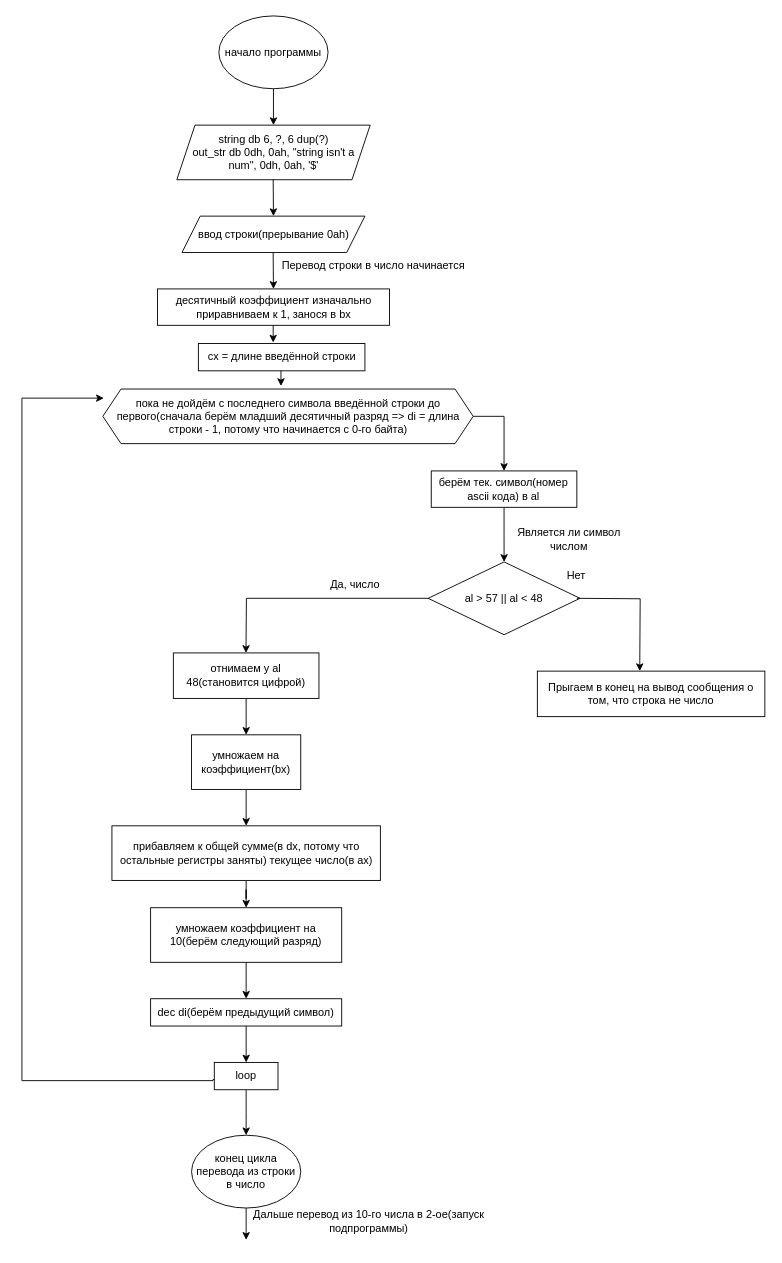
The draw.io diagram assembler_lab6.drawio in Macsik121/flowcharts, before the edit. Source tidied: cells renumbered, new cells numbered last; positions are measured from the earlier drawing's top-left corner, leaving out a move shared by most shapes. Both pictures are drawn from the tidied source at 91%, with x=0, y=0 at pixel (22, 15).
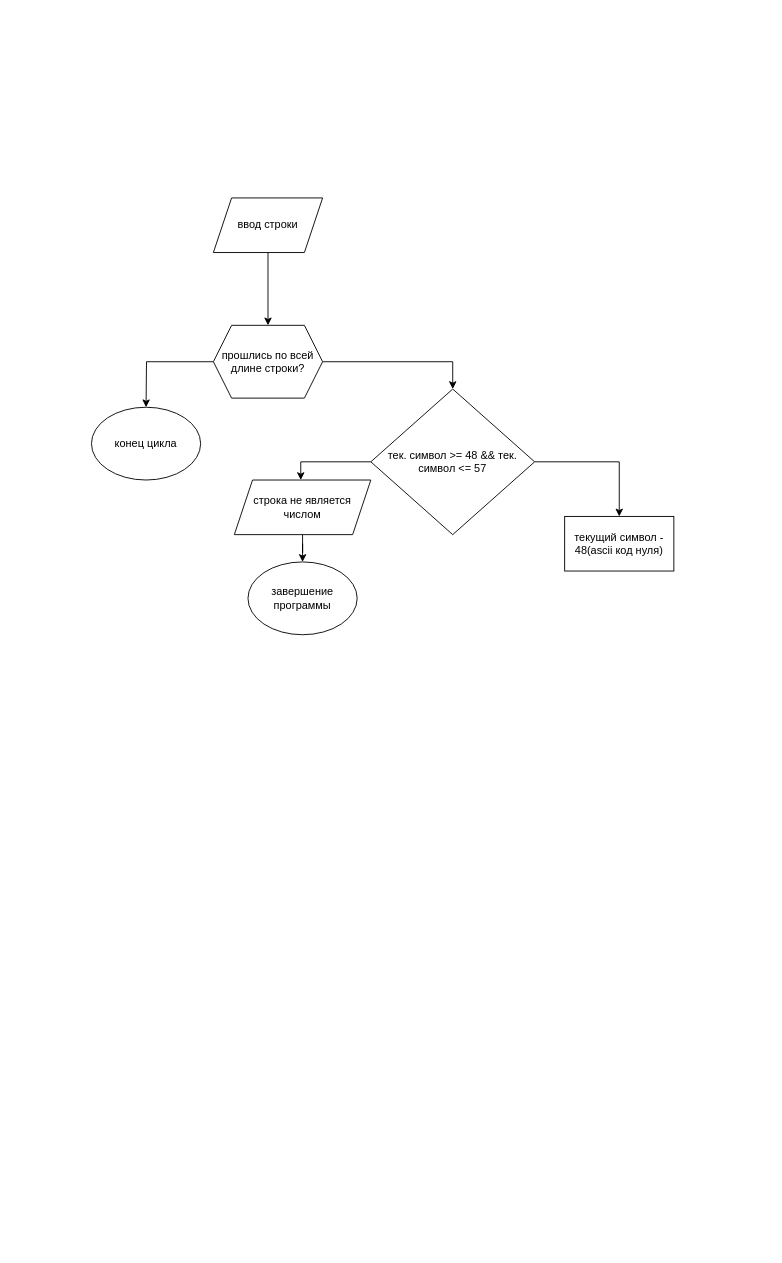
Above is the later version.

Commit message:
новая диаграмма

Change to the diagram source:
```diff
@@
-    <mxCell id="2" value="&lt;div&gt;начало программы&lt;/div&gt;" style="ellipse;whiteSpace=wrap;html=1;" parent="1" vertex="1">
-      <mxGeometry x="216" width="120" height="80" as="geometry" />
-    </mxCell>
-    <mxCell id="3" style="endArrow=classic;html=1;rounded=0;" parent="1" edge="1">
-      <mxGeometry relative="1" as="geometry">
-        <mxPoint x="276" y="80" as="sourcePoint" />
-        <mxPoint x="276" y="120" as="targetPoint" />
-      </mxGeometry>
-    </mxCell>
-    <mxCell id="4" value="&lt;div&gt;string db 6, ?, 6 dup(?)&lt;/div&gt;&lt;div&gt;out_str db 0dh, 0ah, &quot;string isn't a num&quot;, 0dh, 0ah, '$'&lt;/div&gt;" style="shape=parallelogram;perimeter=parallelogramPerimeter;whiteSpace=wrap;html=1;fixedSize=1;" parent="1" vertex="1">
-      <mxGeometry x="169.8" y="120" width="212.5" height="60" as="geometry" />
-    </mxCell>
-    <mxCell id="5" style="endArrow=classic;html=1;rounded=0;" parent="1" edge="1">
-      <mxGeometry relative="1" as="geometry">
-        <mxPoint x="275.7" y="180" as="sourcePoint" />
-        <mxPoint x="276" y="220" as="targetPoint" />
-      </mxGeometry>
-    </mxCell>
-    <mxCell id="6" value="ввод строки(прерывание 0ah)" style="shape=parallelogram;perimeter=parallelogramPerimeter;whiteSpace=wrap;html=1;fixedSize=1;" parent="1" vertex="1">
-      <mxGeometry x="175.5" y="220" width="201" height="40" as="geometry" />
-    </mxCell>
-    <mxCell id="7" style="endArrow=classic;html=1;rounded=0;" parent="1" edge="1">
-      <mxGeometry relative="1" as="geometry">
-        <mxPoint x="275.7" y="260" as="sourcePoint" />
-        <mxPoint x="276" y="300" as="targetPoint" />
-      </mxGeometry>
-    </mxCell>
-    <mxCell id="8" value="Перевод строки в число начинается" style="text;html=1;align=center;verticalAlign=middle;whiteSpace=wrap;rounded=0;" parent="1" vertex="1">
-      <mxGeometry x="275.5" y="260" width="220" height="30" as="geometry" />
-    </mxCell>
-    <mxCell id="9" style="edgeStyle=orthogonalEdgeStyle;rounded=0;jettySize=auto;html=1;entryX=0.5;entryY=0;entryDx=0;entryDy=0;exitX=1;exitY=0.5;exitDx=0;exitDy=0;" parent="1" edge="1" source="10" target="12">
-      <mxGeometry relative="1" as="geometry">
-        <Array as="points">
-          <mxPoint x="529" y="440" />
-          <mxPoint x="529" y="500" />
-        </Array>
-      </mxGeometry>
-    </mxCell>
-    <mxCell id="10" value="пока не дойдём с последнего символа введённой строки до первого(сначала берём младший десятичный разряд =&amp;gt; di = длина строки - 1, потому что начинается с 0-го байта)" style="shape=hexagon;perimeter=hexagonPerimeter2;whiteSpace=wrap;html=1;fixedSize=1;" parent="1" vertex="1">
-      <mxGeometry x="88.5" y="410" width="407" height="60" as="geometry" />
-    </mxCell>
-    <mxCell id="11" style="edgeStyle=orthogonalEdgeStyle;rounded=0;jettySize=auto;html=1;entryX=0.5;entryY=0;entryDx=0;entryDy=0;" parent="1" edge="1" source="12" target="14">
-      <mxGeometry relative="1" as="geometry" />
-    </mxCell>
-    <mxCell id="12" value="берём тек. символ(номер ascii кода) в al" style="rounded=0;whiteSpace=wrap;html=1;" parent="1" vertex="1">
-      <mxGeometry x="449.4" y="500" width="160" height="40" as="geometry" />
-    </mxCell>
-    <mxCell id="13" style="edgeStyle=orthogonalEdgeStyle;rounded=0;jettySize=auto;html=1;" parent="1" edge="1" source="14">
-      <mxGeometry relative="1" as="geometry">
-        <mxPoint x="245.8" y="700" as="targetPoint" />
-      </mxGeometry>
-    </mxCell>
-    <mxCell id="14" value="al &amp;gt; 57 || al &amp;lt; 48" style="rhombus;whiteSpace=wrap;html=1;" parent="1" vertex="1">
-      <mxGeometry x="446" y="600" width="166.9" height="80" as="geometry" />
-    </mxCell>
-    <mxCell id="15" value="Является ли символ числом" style="text;html=1;align=center;verticalAlign=middle;whiteSpace=wrap;rounded=0;" parent="1" vertex="1">
-      <mxGeometry x="526" y="560" width="150" height="30" as="geometry" />
-    </mxCell>
-    <mxCell id="16" value="Нет" style="text;html=1;align=center;verticalAlign=middle;whiteSpace=wrap;rounded=0;" parent="1" vertex="1">
-      <mxGeometry x="579.4" y="600" width="60" height="30" as="geometry" />
-    </mxCell>
-    <mxCell id="17" value="Прыгаем в конец на вывод сообщения о том, что строка не число" style="rounded=0;whiteSpace=wrap;html=1;" parent="1" vertex="1">
-      <mxGeometry x="566" y="720" width="250" height="50" as="geometry" />
-    </mxCell>
-    <mxCell id="18" value="Да, число" style="text;html=1;align=center;verticalAlign=middle;whiteSpace=wrap;rounded=0;" parent="1" vertex="1">
-      <mxGeometry x="336" y="610" width="60" height="30" as="geometry" />
-    </mxCell>
-    <mxCell id="19" value="десятичный коэффициент изначально приравниваем к 1, занося в bx" style="rounded=0;whiteSpace=wrap;html=1;" parent="1" vertex="1">
-      <mxGeometry x="148.5" y="300" width="255" height="40" as="geometry" />
-    </mxCell>
-    <mxCell id="20" style="edgeStyle=orthogonalEdgeStyle;rounded=0;jettySize=auto;html=1;" parent="1" edge="1" source="21" target="23">
-      <mxGeometry relative="1" as="geometry" />
-    </mxCell>
-    <mxCell id="21" value="отнимаем у al 48(становится цифрой)" style="rounded=0;whiteSpace=wrap;html=1;" parent="1" vertex="1">
-      <mxGeometry x="166" y="700" width="160" height="50" as="geometry" />
-    </mxCell>
-    <mxCell id="22" style="edgeStyle=orthogonalEdgeStyle;rounded=0;jettySize=auto;html=1;" parent="1" edge="1" source="23" target="25">
-      <mxGeometry relative="1" as="geometry" />
-    </mxCell>
-    <mxCell id="23" value="умножаем на коэффициент(bx)" style="rounded=0;whiteSpace=wrap;html=1;" parent="1" vertex="1">
-      <mxGeometry x="186" y="790" width="120" height="60" as="geometry" />
-    </mxCell>
-    <mxCell id="24" style="edgeStyle=orthogonalEdgeStyle;rounded=0;jettySize=auto;html=1;" parent="1" edge="1" source="25" target="27">
-      <mxGeometry relative="1" as="geometry" />
-    </mxCell>
-    <mxCell id="25" value="прибавляем к общей сумме(в dx, потому что остальные регистры заняты) текущее число(в ax)" style="rounded=0;whiteSpace=wrap;html=1;" parent="1" vertex="1">
-      <mxGeometry x="98.5" y="890" width="295" height="60" as="geometry" />
-    </mxCell>
-    <mxCell id="26" style="edgeStyle=orthogonalEdgeStyle;rounded=0;jettySize=auto;html=1;" parent="1" edge="1" source="27" target="31">
-      <mxGeometry relative="1" as="geometry" />
-    </mxCell>
-    <mxCell id="27" value="умножаем коэффициент на 10(берём следующий разряд)" style="rounded=0;whiteSpace=wrap;html=1;" parent="1" vertex="1">
-      <mxGeometry x="141" y="980" width="210" height="60" as="geometry" />
-    </mxCell>
-    <mxCell id="28" style="edgeStyle=orthogonalEdgeStyle;rounded=0;orthogonalLoop=1;jettySize=auto;html=1;" parent="1" edge="1">
-      <mxGeometry relative="1" as="geometry">
-        <mxPoint x="609.4" y="640" as="sourcePoint" />
-        <mxPoint x="678.5" y="720" as="targetPoint" />
-      </mxGeometry>
-    </mxCell>
-    <mxCell id="29" style="edgeStyle=orthogonalEdgeStyle;rounded=0;orthogonalLoop=1;jettySize=auto;html=1;exitX=0.02;exitY=0.626;exitDx=0;exitDy=0;exitPerimeter=0;" parent="1" edge="1">
-      <mxGeometry relative="1" as="geometry">
-        <mxPoint x="216" y="1168.8" as="sourcePoint" />
-        <mxPoint x="89.6" y="420" as="targetPoint" />
-        <Array as="points">
-          <mxPoint x="209.6" y="1169" />
-          <mxPoint x="-0.4" y="1170" />
-          <mxPoint x="-0.4" y="420" />
-        </Array>
-      </mxGeometry>
-    </mxCell>
-    <mxCell id="30" style="edgeStyle=orthogonalEdgeStyle;rounded=0;jettySize=auto;html=1;" parent="1" edge="1" source="31" target="33">
-      <mxGeometry relative="1" as="geometry" />
-    </mxCell>
-    <mxCell id="31" value="dec di(берём предыдущий символ)" style="rounded=0;whiteSpace=wrap;html=1;" parent="1" vertex="1">
-      <mxGeometry x="141" y="1080" width="210" height="30" as="geometry" />
-    </mxCell>
-    <mxCell id="32" style="edgeStyle=orthogonalEdgeStyle;rounded=0;jettySize=auto;html=1;" parent="1" edge="1" source="33">
-      <mxGeometry relative="1" as="geometry">
-        <mxPoint x="246" y="1230" as="targetPoint" />
-      </mxGeometry>
-    </mxCell>
-    <mxCell id="33" value="loop" style="rounded=0;whiteSpace=wrap;html=1;" parent="1" vertex="1">
-      <mxGeometry x="211" y="1150" width="70" height="30" as="geometry" />
-    </mxCell>
-    <mxCell id="34" style="edgeStyle=orthogonalEdgeStyle;rounded=0;jettySize=auto;html=1;" parent="1" edge="1" source="35">
-      <mxGeometry relative="1" as="geometry">
-        <mxPoint x="246" y="1345" as="targetPoint" />
-      </mxGeometry>
-    </mxCell>
-    <mxCell id="35" value="конец цикла перевода из строки в число" style="ellipse;whiteSpace=wrap;html=1;" parent="1" vertex="1">
-      <mxGeometry x="186" y="1230" width="120" height="80" as="geometry" />
-    </mxCell>
-    <mxCell id="36" value="Дальше перевод из 10-го числа в 2-ое(запуск подпрограммы)" style="text;html=1;align=center;verticalAlign=middle;whiteSpace=wrap;rounded=0;" parent="1" vertex="1">
-      <mxGeometry x="236" y="1300" width="290" height="50" as="geometry" />
-    </mxCell>
-    <mxCell id="37" value="cx = длине введённой строки" style="rounded=0;whiteSpace=wrap;html=1;" parent="1" vertex="1">
-      <mxGeometry x="193.5" y="360" width="183" height="30" as="geometry" />
-    </mxCell>
-    <mxCell id="38" style="edgeStyle=orthogonalEdgeStyle;rounded=0;jettySize=auto;html=1;entryX=0.449;entryY=-0.036;entryDx=0;entryDy=0;entryPerimeter=0;" parent="1" edge="1" source="19" target="37">
-      <mxGeometry relative="1" as="geometry">
-        <Array as="points">
-          <mxPoint x="276" y="349" />
-        </Array>
-      </mxGeometry>
-    </mxCell>
-    <mxCell id="39" style="edgeStyle=orthogonalEdgeStyle;rounded=0;jettySize=auto;html=1;entryX=0.481;entryY=-0.055;entryDx=0;entryDy=0;entryPerimeter=0;" parent="1" edge="1" source="37" target="10">
-      <mxGeometry relative="1" as="geometry">
-        <Array as="points">
-          <mxPoint x="284" y="407" />
-          <mxPoint x="284" y="407" />
-        </Array>
-      </mxGeometry>
-    </mxCell>
+    <mxCell id="40" style="edgeStyle=orthogonalEdgeStyle;rounded=0;jettySize=auto;html=1;entryX=0.5;entryY=0;entryDx=0;entryDy=0;" parent="1" edge="1" source="41" target="44">
+      <mxGeometry relative="1" as="geometry" />
+    </mxCell>
+    <mxCell id="41" value="ввод строки" style="shape=parallelogram;perimeter=parallelogramPerimeter;whiteSpace=wrap;html=1;fixedSize=1;" parent="1" vertex="1">
+      <mxGeometry x="210" y="200" width="120" height="60" as="geometry" />
+    </mxCell>
+    <mxCell id="42" style="edgeStyle=orthogonalEdgeStyle;rounded=0;jettySize=auto;html=1;" parent="1" edge="1" source="44">
+      <mxGeometry relative="1" as="geometry">
+        <mxPoint x="136" y="430" as="targetPoint" />
+      </mxGeometry>
+    </mxCell>
+    <mxCell id="43" style="edgeStyle=orthogonalEdgeStyle;rounded=0;jettySize=auto;html=1;entryX=0.5;entryY=0;entryDx=0;entryDy=0;" parent="1" edge="1" source="44" target="49">
+      <mxGeometry relative="1" as="geometry" />
+    </mxCell>
+    <mxCell id="44" value="прошлись по всей длине строки?" style="shape=hexagon;perimeter=hexagonPerimeter2;whiteSpace=wrap;html=1;fixedSize=1;" parent="1" vertex="1">
+      <mxGeometry x="210" y="340" width="120" height="80" as="geometry" />
+    </mxCell>
+    <mxCell id="45" value="текущий символ - 48(ascii код нуля)" style="rounded=0;whiteSpace=wrap;html=1;" parent="1" vertex="1">
+      <mxGeometry x="596" y="550" width="120" height="60" as="geometry" />
+    </mxCell>
+    <mxCell id="46" value="конец цикла" style="ellipse;whiteSpace=wrap;html=1;" parent="1" vertex="1">
+      <mxGeometry x="76" y="430" width="120" height="80" as="geometry" />
+    </mxCell>
+    <mxCell id="47" style="edgeStyle=orthogonalEdgeStyle;rounded=0;jettySize=auto;html=1;entryX=0.5;entryY=0;entryDx=0;entryDy=0;" parent="1" edge="1" source="49" target="45">
+      <mxGeometry relative="1" as="geometry" />
+    </mxCell>
+    <mxCell id="48" style="edgeStyle=orthogonalEdgeStyle;rounded=0;jettySize=auto;html=1;" parent="1" edge="1" source="49" target="51">
+      <mxGeometry relative="1" as="geometry">
+        <Array as="points">
+          <mxPoint x="306" y="490" />
+        </Array>
+      </mxGeometry>
+    </mxCell>
+    <mxCell id="49" value="тек. символ &amp;gt;= 48 &amp;amp;&amp;amp; тек. символ &amp;lt;= 57" style="rhombus;whiteSpace=wrap;html=1;" parent="1" vertex="1">
+      <mxGeometry x="383" y="410" width="180" height="160" as="geometry" />
+    </mxCell>
+    <mxCell id="50" style="edgeStyle=orthogonalEdgeStyle;rounded=0;jettySize=auto;html=1;entryX=0.5;entryY=0;entryDx=0;entryDy=0;" parent="1" edge="1" source="51" target="52">
+      <mxGeometry relative="1" as="geometry" />
+    </mxCell>
+    <mxCell id="51" value="строка не является числом" style="shape=parallelogram;perimeter=parallelogramPerimeter;whiteSpace=wrap;html=1;fixedSize=1;" parent="1" vertex="1">
+      <mxGeometry x="233" y="510" width="150" height="60" as="geometry" />
+    </mxCell>
+    <mxCell id="52" value="завершение программы" style="ellipse;whiteSpace=wrap;html=1;" parent="1" vertex="1">
+      <mxGeometry x="248" y="600" width="120" height="80" as="geometry" />
+    </mxCell>
```
